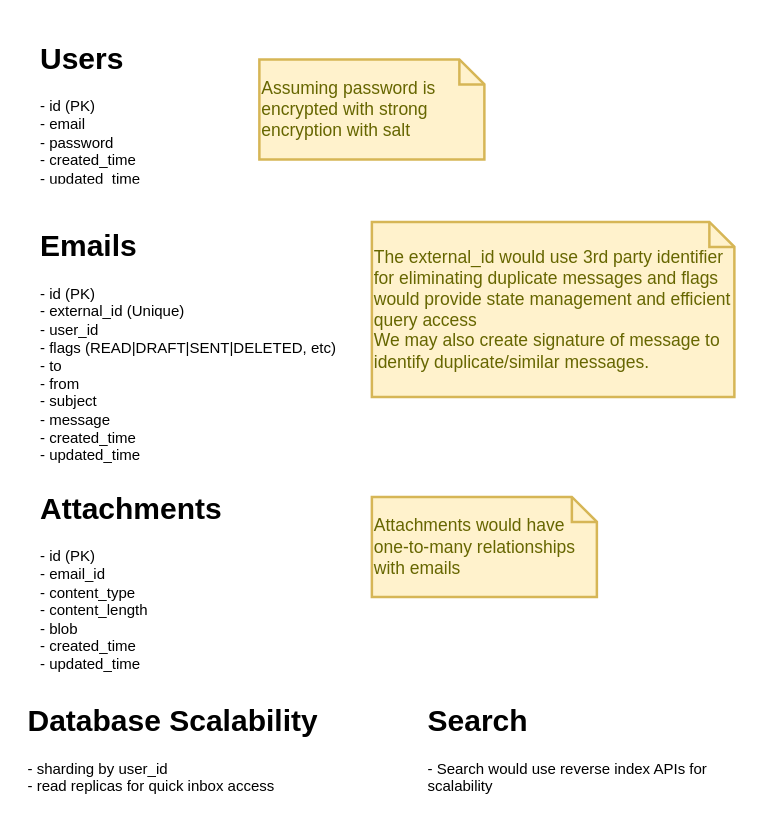
This is page "Database" (2 of 4) of MQ Mail.drawio from bhatti/Aeron, a draw.io file, before an edit. Source tidied: cells renumbered, new cells numbered last; positions are measured from the earlier drawing's top-left corner, leaving out a move shared by most shapes. Both pictures are drawn from the tidied source at 125%, with x=0, y=0 at pixel (21, 34).
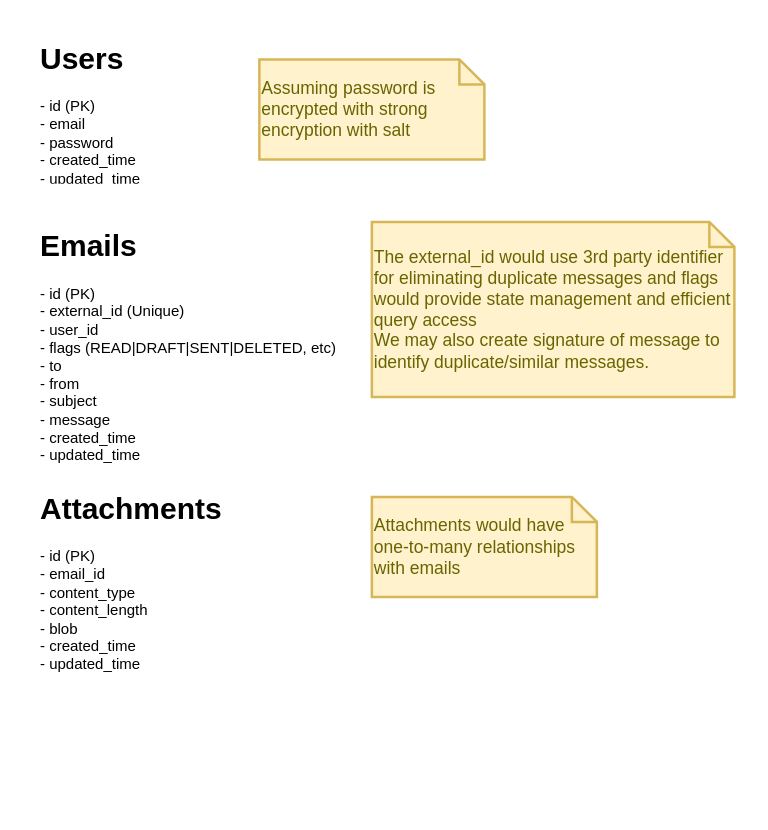
Above is the later version.

Change to the diagram source:
```diff
@@
 <mxGraphModel>
   <root>
     <mxCell id="0" />
     <mxCell id="1" parent="0" />
     <mxCell id="2" value="&lt;h1&gt;Users&lt;br&gt;&lt;/h1&gt;&lt;p&gt;- id (PK)&lt;br&gt;- email&lt;br&gt;- password&lt;br&gt;- created_time&lt;br&gt;- updated_time&lt;br&gt;&lt;/p&gt;" style="text;html=1;strokeColor=none;fillColor=none;spacing=5;spacingTop=-20;whiteSpace=wrap;overflow=hidden;rounded=0;" parent="1" vertex="1">
       <mxGeometry x="10" width="190" height="120" as="geometry" />
     </mxCell>
     <mxCell id="3" value="&lt;div align=&quot;left&quot;&gt;Assuming password is encrypted with strong encryption with salt&lt;/div&gt;" style="shape=note;strokeWidth=2;fontSize=14;size=20;whiteSpace=wrap;html=1;fillColor=#fff2cc;strokeColor=#d6b656;fontColor=#666600;align=left;" parent="1" vertex="1">
       <mxGeometry x="190" y="20" width="180" height="80" as="geometry" />
     </mxCell>
     <mxCell id="4" value="&lt;h1&gt;Emails&lt;br&gt;&lt;/h1&gt;&lt;p&gt;- id (PK)&lt;br&gt;- external_id (Unique)&lt;br&gt;- user_id&lt;br&gt;- flags (READ|DRAFT|SENT|DELETED, etc)&lt;br&gt;- to&lt;br&gt;- from&lt;br&gt;- subject&lt;br&gt;- message&lt;br&gt;- created_time&lt;br&gt;- updated_time&lt;br&gt;&lt;/p&gt;" style="text;html=1;strokeColor=none;fillColor=none;spacing=5;spacingTop=-20;whiteSpace=wrap;overflow=hidden;rounded=0;" parent="1" vertex="1">
       <mxGeometry x="10" y="150" width="260" height="220" as="geometry" />
     </mxCell>
     <mxCell id="5" value="&lt;div align=&quot;left&quot;&gt;The external_id would use 3rd party identifier for eliminating duplicate messages and flags would provide state management and efficient query access&lt;br&gt;We may also create signature of message to identify duplicate/similar messages.&lt;br&gt;&lt;/div&gt;" style="shape=note;strokeWidth=2;fontSize=14;size=20;whiteSpace=wrap;html=1;fillColor=#fff2cc;strokeColor=#d6b656;fontColor=#666600;align=left;" parent="1" vertex="1">
       <mxGeometry x="280" y="150" width="290" height="140" as="geometry" />
     </mxCell>
     <mxCell id="6" value="&lt;h1&gt;Attachments&lt;br&gt;&lt;/h1&gt;&lt;p&gt;- id (PK)&lt;br&gt;- email_id&lt;br&gt;- content_type&lt;br&gt;- content_length&lt;br&gt;- blob&lt;br&gt;- created_time&lt;br&gt;- updated_time&lt;br&gt;&lt;/p&gt;" style="text;html=1;strokeColor=none;fillColor=none;spacing=5;spacingTop=-20;whiteSpace=wrap;overflow=hidden;rounded=0;" parent="1" vertex="1">
       <mxGeometry x="10" y="360" width="260" height="170" as="geometry" />
     </mxCell>
     <mxCell id="7" value="Attachments would have one-to-many relationships with emails" style="shape=note;strokeWidth=2;fontSize=14;size=20;whiteSpace=wrap;html=1;fillColor=#fff2cc;strokeColor=#d6b656;fontColor=#666600;align=left;" parent="1" vertex="1">
       <mxGeometry x="280" y="370" width="180" height="80" as="geometry" />
     </mxCell>
-    <mxCell id="8" value="&lt;h1&gt;Database Scalability&lt;br&gt;&lt;/h1&gt;&lt;p&gt;- sharding by user_id&lt;br&gt;- read replicas for quick inbox access&lt;br&gt;&lt;br&gt;&lt;/p&gt;" style="text;html=1;strokeColor=none;fillColor=none;spacing=5;spacingTop=-20;whiteSpace=wrap;overflow=hidden;rounded=0;" parent="1" vertex="1">
-      <mxGeometry y="530" width="260" height="90" as="geometry" />
-    </mxCell>
-    <mxCell id="9" value="&lt;h1&gt;Search&lt;br&gt;&lt;/h1&gt;&lt;p&gt;- Search would use reverse index APIs for scalability&lt;br&gt;&lt;br&gt;&lt;/p&gt;" style="text;html=1;strokeColor=none;fillColor=none;spacing=5;spacingTop=-20;whiteSpace=wrap;overflow=hidden;rounded=0;" parent="1" vertex="1">
-      <mxGeometry x="320" y="530" width="260" height="90" as="geometry" />
-    </mxCell>
   </root>
 </mxGraphModel>
```
